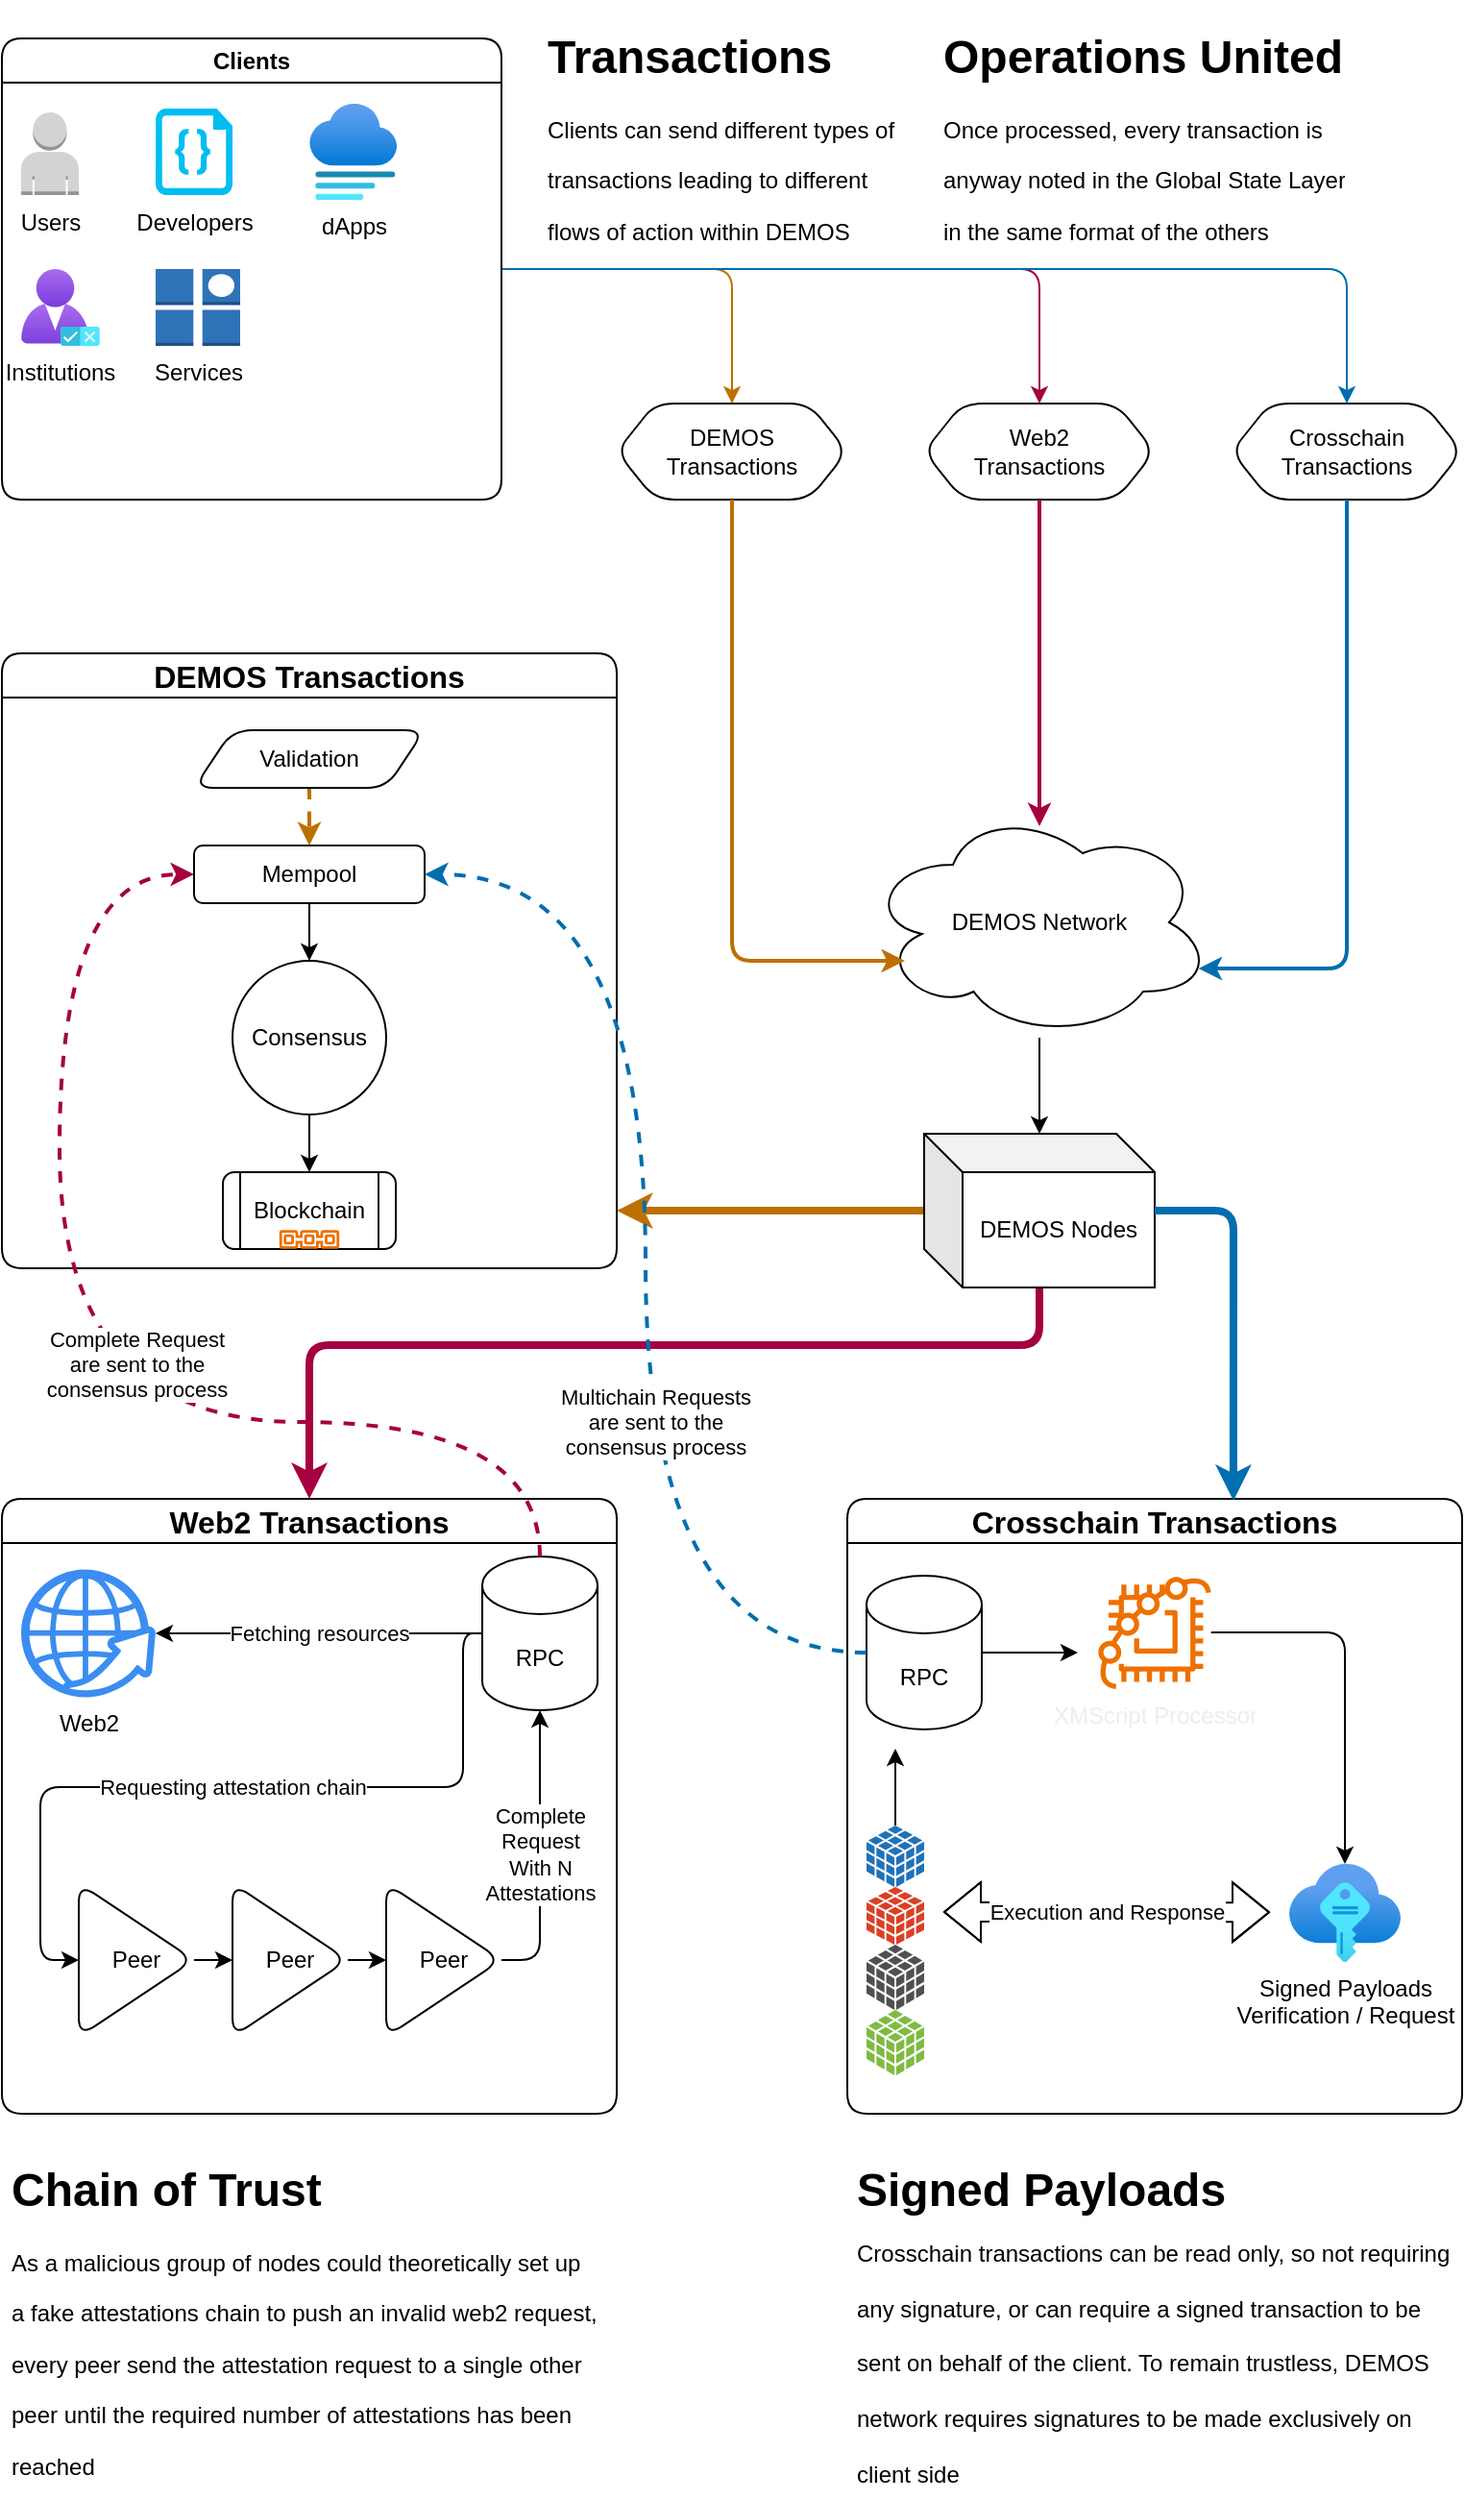
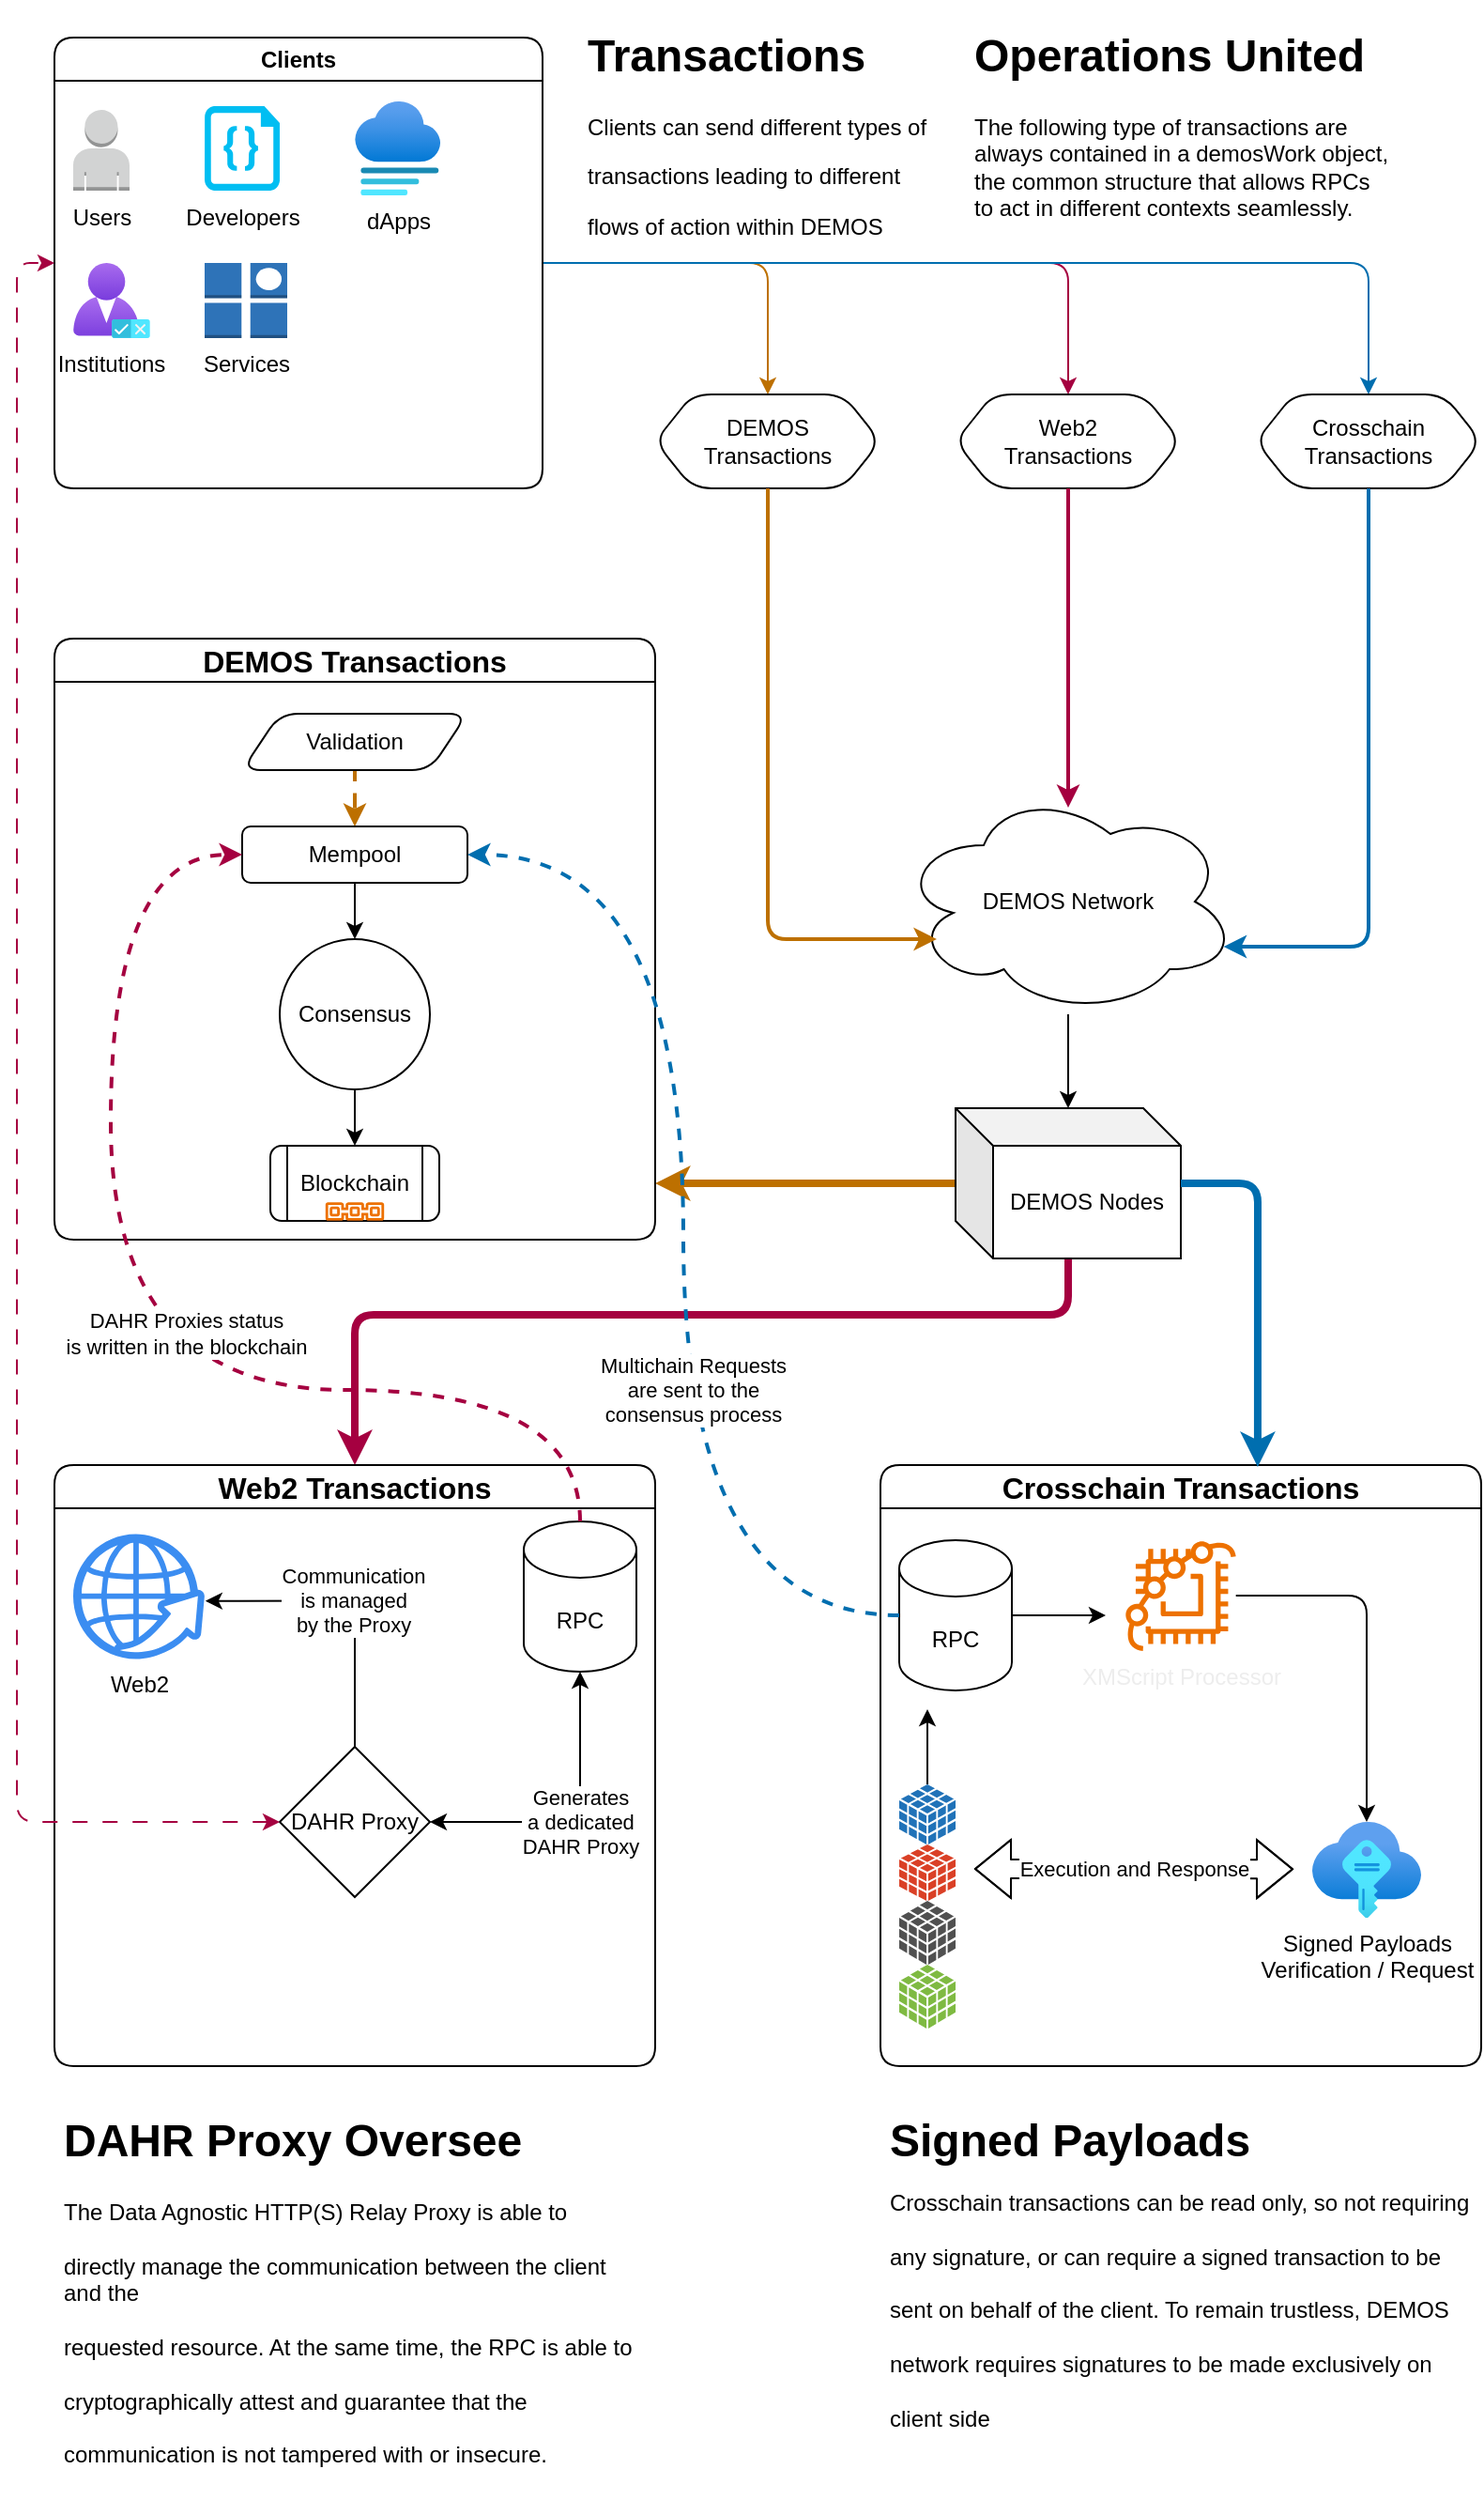
- <mxfile host="Electron" modified="2023-10-12T12:58:09.850Z" agent="Mozilla/5.0 (Macintosh; Intel Mac OS X 10_15_7) AppleWebKit/537.36 (KHTML, like Gecko) draw.io/22.0.2 Chrome/114.0.5735.289 Electron/25.8.4 Safari/537.36" etag="VbEBXgxZOS8SeplnN46x" version="22.0.2" type="device">
+ <mxfile host="Electron" modified="2024-08-07T13:23:06.195Z" agent="Mozilla/5.0 (X11; Linux x86_64) AppleWebKit/537.36 (KHTML, like Gecko) draw.io/24.6.4 Chrome/124.0.6367.207 Electron/30.0.6 Safari/537.36" etag="lSUCWoq0C24QfS2OM2na" version="24.6.4" type="device">
  <diagram name="Pagina-1" id="YPCZZJie2zq10TtlItkV">
-     <mxGraphModel dx="1024" dy="821" grid="1" gridSize="10" guides="1" tooltips="1" connect="1" arrows="1" fold="1" page="1" pageScale="1" pageWidth="827" pageHeight="1169" math="0" shadow="0">
+     <mxGraphModel dx="1115" dy="673" grid="1" gridSize="10" guides="1" tooltips="1" connect="1" arrows="1" fold="1" page="1" pageScale="1" pageWidth="827" pageHeight="1169" math="0" shadow="0">
      <root>
        <mxCell id="0" />
        <mxCell id="1" parent="0" />
        <mxCell id="rFKnUhQcz_V2Pc9SrVM1-3" style="edgeStyle=orthogonalEdgeStyle;rounded=1;orthogonalLoop=1;jettySize=auto;html=1;" parent="1" source="rFKnUhQcz_V2Pc9SrVM1-1" target="rFKnUhQcz_V2Pc9SrVM1-2" edge="1">
          <mxGeometry relative="1" as="geometry" />
        </mxCell>
        <mxCell id="rFKnUhQcz_V2Pc9SrVM1-1" value="DEMOS Network" style="ellipse;shape=cloud;whiteSpace=wrap;html=1;rounded=1;" parent="1" vertex="1">
          <mxGeometry x="490" y="440" width="180" height="120" as="geometry" />
        </mxCell>
        <mxCell id="rFKnUhQcz_V2Pc9SrVM1-28" style="edgeStyle=orthogonalEdgeStyle;rounded=1;orthogonalLoop=1;jettySize=auto;html=1;fillColor=#f0a30a;strokeColor=#BD7000;jumpStyle=none;strokeWidth=4;" parent="1" source="rFKnUhQcz_V2Pc9SrVM1-2" edge="1">
          <mxGeometry relative="1" as="geometry">
            <mxPoint x="360" y="650" as="targetPoint" />
          </mxGeometry>
        </mxCell>
        <mxCell id="rFKnUhQcz_V2Pc9SrVM1-29" style="edgeStyle=orthogonalEdgeStyle;rounded=1;orthogonalLoop=1;jettySize=auto;html=1;entryX=0.5;entryY=0;entryDx=0;entryDy=0;fillColor=#d80073;strokeColor=#A50040;strokeWidth=4;" parent="1" source="rFKnUhQcz_V2Pc9SrVM1-2" target="rFKnUhQcz_V2Pc9SrVM1-26" edge="1">
          <mxGeometry relative="1" as="geometry">
            <Array as="points">
              <mxPoint x="580" y="720" />
              <mxPoint x="200" y="720" />
            </Array>
          </mxGeometry>
        </mxCell>
        <mxCell id="rFKnUhQcz_V2Pc9SrVM1-2" value="DEMOS Nodes" style="shape=cube;whiteSpace=wrap;html=1;boundedLbl=1;backgroundOutline=1;darkOpacity=0.05;darkOpacity2=0.1;rounded=1;" parent="1" vertex="1">
          <mxGeometry x="520" y="610" width="120" height="80" as="geometry" />
        </mxCell>
        <mxCell id="rFKnUhQcz_V2Pc9SrVM1-18" style="edgeStyle=orthogonalEdgeStyle;rounded=1;orthogonalLoop=1;jettySize=auto;html=1;entryX=0.5;entryY=0;entryDx=0;entryDy=0;fillColor=#f0a30a;strokeColor=#BD7000;" parent="1" source="rFKnUhQcz_V2Pc9SrVM1-4" target="rFKnUhQcz_V2Pc9SrVM1-14" edge="1">
          <mxGeometry relative="1" as="geometry" />
        </mxCell>
        <mxCell id="rFKnUhQcz_V2Pc9SrVM1-19" style="edgeStyle=orthogonalEdgeStyle;rounded=1;orthogonalLoop=1;jettySize=auto;html=1;entryX=0.5;entryY=0;entryDx=0;entryDy=0;fillColor=#d80073;strokeColor=#A50040;" parent="1" source="rFKnUhQcz_V2Pc9SrVM1-4" target="rFKnUhQcz_V2Pc9SrVM1-15" edge="1">
          <mxGeometry relative="1" as="geometry" />
        </mxCell>
        <mxCell id="rFKnUhQcz_V2Pc9SrVM1-20" style="edgeStyle=orthogonalEdgeStyle;rounded=1;orthogonalLoop=1;jettySize=auto;html=1;entryX=0.5;entryY=0;entryDx=0;entryDy=0;fillColor=#1ba1e2;strokeColor=#006EAF;" parent="1" source="rFKnUhQcz_V2Pc9SrVM1-4" target="rFKnUhQcz_V2Pc9SrVM1-16" edge="1">
          <mxGeometry relative="1" as="geometry" />
        </mxCell>
        <mxCell id="rFKnUhQcz_V2Pc9SrVM1-4" value="Clients" style="swimlane;whiteSpace=wrap;html=1;rounded=1;" parent="1" vertex="1">
          <mxGeometry x="40" y="40" width="260" height="240" as="geometry" />
        </mxCell>
        <mxCell id="rFKnUhQcz_V2Pc9SrVM1-78" value="Developers" style="verticalLabelPosition=bottom;html=1;verticalAlign=top;align=center;strokeColor=none;fillColor=#00BEF2;shape=mxgraph.azure.code_file;pointerEvents=1;rounded=1;" parent="rFKnUhQcz_V2Pc9SrVM1-4" vertex="1">
          <mxGeometry x="80" y="36.5" width="40" height="45" as="geometry" />
        </mxCell>
        <mxCell id="rFKnUhQcz_V2Pc9SrVM1-80" value="Institutions" style="image;aspect=fixed;html=1;points=[];align=center;fontSize=12;image=img/lib/azure2/management_governance/Customer_Lockbox_for_MS_Azure.svg;rounded=1;" parent="rFKnUhQcz_V2Pc9SrVM1-4" vertex="1">
          <mxGeometry x="10" y="120" width="40.96" height="40" as="geometry" />
        </mxCell>
        <mxCell id="rFKnUhQcz_V2Pc9SrVM1-84" value="Users" style="outlineConnect=0;dashed=0;verticalLabelPosition=bottom;verticalAlign=top;align=center;html=1;shape=mxgraph.aws3.user;fillColor=#D2D3D3;gradientColor=none;rounded=1;" parent="rFKnUhQcz_V2Pc9SrVM1-4" vertex="1">
          <mxGeometry x="10" y="38.5" width="30" height="43" as="geometry" />
        </mxCell>
        <mxCell id="rFKnUhQcz_V2Pc9SrVM1-85" value="dApps" style="image;aspect=fixed;html=1;points=[];align=center;fontSize=12;image=img/lib/azure2/general/Website_Staging.svg;rounded=1;" parent="rFKnUhQcz_V2Pc9SrVM1-4" vertex="1">
          <mxGeometry x="160" y="34" width="45.71" height="50" as="geometry" />
        </mxCell>
        <mxCell id="rFKnUhQcz_V2Pc9SrVM1-87" value="Services" style="outlineConnect=0;dashed=0;verticalLabelPosition=bottom;verticalAlign=top;align=center;html=1;shape=mxgraph.aws3.item;fillColor=#2E73B8;gradientColor=none;rounded=1;" parent="rFKnUhQcz_V2Pc9SrVM1-4" vertex="1">
          <mxGeometry x="80" y="120" width="44" height="40" as="geometry" />
        </mxCell>
        <mxCell id="rFKnUhQcz_V2Pc9SrVM1-14" value="DEMOS&lt;br&gt;Transactions" style="shape=hexagon;perimeter=hexagonPerimeter2;whiteSpace=wrap;html=1;fixedSize=1;rounded=1;" parent="1" vertex="1">
          <mxGeometry x="360" y="230" width="120" height="50" as="geometry" />
        </mxCell>
        <mxCell id="rFKnUhQcz_V2Pc9SrVM1-15" value="Web2&lt;br&gt;Transactions" style="shape=hexagon;perimeter=hexagonPerimeter2;whiteSpace=wrap;html=1;fixedSize=1;rounded=1;" parent="1" vertex="1">
          <mxGeometry x="520" y="230" width="120" height="50" as="geometry" />
        </mxCell>
        <mxCell id="rFKnUhQcz_V2Pc9SrVM1-16" value="Crosschain&lt;br&gt;Transactions" style="shape=hexagon;perimeter=hexagonPerimeter2;whiteSpace=wrap;html=1;fixedSize=1;rounded=1;" parent="1" vertex="1">
          <mxGeometry x="680" y="230" width="120" height="50" as="geometry" />
        </mxCell>
        <mxCell id="rFKnUhQcz_V2Pc9SrVM1-21" value="&lt;h1&gt;Transactions&lt;/h1&gt;&lt;p&gt;Clients can send different types of&lt;/p&gt;&lt;p&gt;transactions leading to different&lt;/p&gt;&lt;p&gt;flows of action within DEMOS&lt;/p&gt;" style="text;html=1;strokeColor=none;fillColor=none;spacing=5;spacingTop=-20;whiteSpace=wrap;overflow=hidden;rounded=1;" parent="1" vertex="1">
          <mxGeometry x="319" y="30" width="190" height="120" as="geometry" />
        </mxCell>
        <mxCell id="rFKnUhQcz_V2Pc9SrVM1-22" style="edgeStyle=elbowEdgeStyle;rounded=1;orthogonalLoop=1;jettySize=auto;html=1;entryX=0.111;entryY=0.667;entryDx=0;entryDy=0;entryPerimeter=0;exitX=0.5;exitY=1;exitDx=0;exitDy=0;fillColor=#f0a30a;strokeColor=#BD7000;strokeWidth=2;" parent="1" source="rFKnUhQcz_V2Pc9SrVM1-14" target="rFKnUhQcz_V2Pc9SrVM1-1" edge="1">
          <mxGeometry relative="1" as="geometry">
            <Array as="points">
              <mxPoint x="420" y="380" />
            </Array>
          </mxGeometry>
        </mxCell>
        <mxCell id="rFKnUhQcz_V2Pc9SrVM1-23" style="edgeStyle=orthogonalEdgeStyle;rounded=1;orthogonalLoop=1;jettySize=auto;html=1;entryX=0.5;entryY=0.083;entryDx=0;entryDy=0;entryPerimeter=0;fillColor=#d80073;strokeColor=#A50040;strokeWidth=2;" parent="1" source="rFKnUhQcz_V2Pc9SrVM1-15" target="rFKnUhQcz_V2Pc9SrVM1-1" edge="1">
          <mxGeometry relative="1" as="geometry" />
        </mxCell>
        <mxCell id="rFKnUhQcz_V2Pc9SrVM1-24" style="edgeStyle=orthogonalEdgeStyle;rounded=1;orthogonalLoop=1;jettySize=auto;html=1;entryX=0.96;entryY=0.7;entryDx=0;entryDy=0;entryPerimeter=0;exitX=0.5;exitY=1;exitDx=0;exitDy=0;fillColor=#1ba1e2;strokeColor=#006EAF;strokeWidth=2;" parent="1" source="rFKnUhQcz_V2Pc9SrVM1-16" target="rFKnUhQcz_V2Pc9SrVM1-1" edge="1">
          <mxGeometry relative="1" as="geometry">
            <Array as="points">
              <mxPoint x="740" y="524" />
            </Array>
          </mxGeometry>
        </mxCell>
        <mxCell id="rFKnUhQcz_V2Pc9SrVM1-25" value="&lt;font style=&quot;font-size: 16px;&quot;&gt;DEMOS Transactions&lt;/font&gt;" style="swimlane;whiteSpace=wrap;html=1;rounded=1;" parent="1" vertex="1">
          <mxGeometry x="40" y="360" width="320" height="320" as="geometry" />
        </mxCell>
        <mxCell id="rFKnUhQcz_V2Pc9SrVM1-34" style="edgeStyle=orthogonalEdgeStyle;rounded=1;orthogonalLoop=1;jettySize=auto;html=1;entryX=0.5;entryY=0;entryDx=0;entryDy=0;fillColor=#f0a30a;strokeColor=#BD7000;strokeWidth=2;dashed=1;" parent="rFKnUhQcz_V2Pc9SrVM1-25" source="rFKnUhQcz_V2Pc9SrVM1-31" target="rFKnUhQcz_V2Pc9SrVM1-33" edge="1">
          <mxGeometry relative="1" as="geometry" />
        </mxCell>
        <mxCell id="rFKnUhQcz_V2Pc9SrVM1-31" value="Validation" style="shape=parallelogram;perimeter=parallelogramPerimeter;whiteSpace=wrap;html=1;fixedSize=1;rounded=1;" parent="rFKnUhQcz_V2Pc9SrVM1-25" vertex="1">
          <mxGeometry x="100" y="40" width="120" height="30" as="geometry" />
        </mxCell>
        <mxCell id="rFKnUhQcz_V2Pc9SrVM1-36" style="edgeStyle=orthogonalEdgeStyle;rounded=1;orthogonalLoop=1;jettySize=auto;html=1;entryX=0.5;entryY=0;entryDx=0;entryDy=0;" parent="rFKnUhQcz_V2Pc9SrVM1-25" source="rFKnUhQcz_V2Pc9SrVM1-33" target="rFKnUhQcz_V2Pc9SrVM1-35" edge="1">
          <mxGeometry relative="1" as="geometry" />
        </mxCell>
        <mxCell id="rFKnUhQcz_V2Pc9SrVM1-33" value="Mempool" style="rounded=1;whiteSpace=wrap;html=1;" parent="rFKnUhQcz_V2Pc9SrVM1-25" vertex="1">
          <mxGeometry x="100" y="100" width="120" height="30" as="geometry" />
        </mxCell>
        <mxCell id="rFKnUhQcz_V2Pc9SrVM1-39" style="edgeStyle=orthogonalEdgeStyle;rounded=1;orthogonalLoop=1;jettySize=auto;html=1;entryX=0.5;entryY=0;entryDx=0;entryDy=0;" parent="rFKnUhQcz_V2Pc9SrVM1-25" source="rFKnUhQcz_V2Pc9SrVM1-35" target="rFKnUhQcz_V2Pc9SrVM1-38" edge="1">
          <mxGeometry relative="1" as="geometry" />
        </mxCell>
        <mxCell id="rFKnUhQcz_V2Pc9SrVM1-35" value="Consensus" style="ellipse;whiteSpace=wrap;html=1;aspect=fixed;rounded=1;" parent="rFKnUhQcz_V2Pc9SrVM1-25" vertex="1">
          <mxGeometry x="120" y="160" width="80" height="80" as="geometry" />
        </mxCell>
        <mxCell id="rFKnUhQcz_V2Pc9SrVM1-38" value="Blockchain" style="shape=process;whiteSpace=wrap;html=1;backgroundOutline=1;rounded=1;" parent="rFKnUhQcz_V2Pc9SrVM1-25" vertex="1">
          <mxGeometry x="115" y="270" width="90" height="40" as="geometry" />
        </mxCell>
        <mxCell id="rFKnUhQcz_V2Pc9SrVM1-54" value="" style="outlineConnect=0;fontColor=#232F3E;gradientColor=none;fillColor=#ED7100;strokeColor=none;dashed=0;verticalLabelPosition=bottom;verticalAlign=top;align=center;html=1;fontSize=12;fontStyle=0;aspect=fixed;shape=mxgraph.aws4.blockchain_resource;rounded=1;" parent="rFKnUhQcz_V2Pc9SrVM1-25" vertex="1">
          <mxGeometry x="144.4" y="300" width="31.2" height="10" as="geometry" />
        </mxCell>
        <mxCell id="rFKnUhQcz_V2Pc9SrVM1-26" value="&lt;font style=&quot;font-size: 16px;&quot;&gt;Web2 Transactions&lt;/font&gt;" style="swimlane;whiteSpace=wrap;html=1;rounded=1;" parent="1" vertex="1">
          <mxGeometry x="40" y="800" width="320" height="320" as="geometry" />
        </mxCell>
+         <mxCell id="Tqh_LfMl19mYtcyC6nHl-2" value="Generates&lt;br&gt;a dedicated&lt;br&gt;DAHR Proxy" style="edgeStyle=orthogonalEdgeStyle;rounded=1;orthogonalLoop=1;jettySize=auto;html=1;entryX=1;entryY=0.5;entryDx=0;entryDy=0;curved=0;startArrow=classic;startFill=1;" edge="1" parent="rFKnUhQcz_V2Pc9SrVM1-26" source="rFKnUhQcz_V2Pc9SrVM1-40" target="Tqh_LfMl19mYtcyC6nHl-1">
+           <mxGeometry relative="1" as="geometry">
+             <Array as="points">
+               <mxPoint x="280" y="190" />
+             </Array>
+           </mxGeometry>
+         </mxCell>
        <mxCell id="rFKnUhQcz_V2Pc9SrVM1-40" value="RPC" style="shape=cylinder3;whiteSpace=wrap;html=1;boundedLbl=1;backgroundOutline=1;size=15;rounded=1;" parent="rFKnUhQcz_V2Pc9SrVM1-26" vertex="1">
          <mxGeometry x="250" y="30" width="60" height="80" as="geometry" />
        </mxCell>
        <mxCell id="rFKnUhQcz_V2Pc9SrVM1-42" value="Web2" style="html=1;aspect=fixed;strokeColor=none;shadow=0;fillColor=#3B8DF1;verticalAlign=top;labelPosition=center;verticalLabelPosition=bottom;shape=mxgraph.gcp2.globe_world;rounded=1;" parent="rFKnUhQcz_V2Pc9SrVM1-26" vertex="1">
          <mxGeometry x="10" y="36.75" width="70" height="66.5" as="geometry" />
        </mxCell>
-         <mxCell id="rFKnUhQcz_V2Pc9SrVM1-43" value="Fetching resources" style="edgeStyle=orthogonalEdgeStyle;rounded=1;orthogonalLoop=1;jettySize=auto;html=1;entryX=1;entryY=0.5;entryDx=0;entryDy=0;entryPerimeter=0;" parent="rFKnUhQcz_V2Pc9SrVM1-26" source="rFKnUhQcz_V2Pc9SrVM1-40" target="rFKnUhQcz_V2Pc9SrVM1-42" edge="1">
-           <mxGeometry relative="1" as="geometry" />
-         </mxCell>
-         <mxCell id="rFKnUhQcz_V2Pc9SrVM1-49" style="edgeStyle=orthogonalEdgeStyle;rounded=1;orthogonalLoop=1;jettySize=auto;html=1;entryX=0;entryY=0.5;entryDx=0;entryDy=0;" parent="rFKnUhQcz_V2Pc9SrVM1-26" source="rFKnUhQcz_V2Pc9SrVM1-44" target="rFKnUhQcz_V2Pc9SrVM1-45" edge="1">
-           <mxGeometry relative="1" as="geometry" />
-         </mxCell>
-         <mxCell id="rFKnUhQcz_V2Pc9SrVM1-44" value="Peer" style="triangle;whiteSpace=wrap;html=1;rounded=1;" parent="rFKnUhQcz_V2Pc9SrVM1-26" vertex="1">
-           <mxGeometry x="40" y="200" width="60" height="80" as="geometry" />
-         </mxCell>
-         <mxCell id="rFKnUhQcz_V2Pc9SrVM1-48" style="edgeStyle=orthogonalEdgeStyle;rounded=1;orthogonalLoop=1;jettySize=auto;html=1;entryX=0;entryY=0.5;entryDx=0;entryDy=0;" parent="rFKnUhQcz_V2Pc9SrVM1-26" source="rFKnUhQcz_V2Pc9SrVM1-45" target="rFKnUhQcz_V2Pc9SrVM1-46" edge="1">
-           <mxGeometry relative="1" as="geometry" />
-         </mxCell>
-         <mxCell id="rFKnUhQcz_V2Pc9SrVM1-45" value="Peer" style="triangle;whiteSpace=wrap;html=1;rounded=1;" parent="rFKnUhQcz_V2Pc9SrVM1-26" vertex="1">
-           <mxGeometry x="120" y="200" width="60" height="80" as="geometry" />
-         </mxCell>
-         <mxCell id="rFKnUhQcz_V2Pc9SrVM1-46" value="Peer" style="triangle;whiteSpace=wrap;html=1;rounded=1;" parent="rFKnUhQcz_V2Pc9SrVM1-26" vertex="1">
-           <mxGeometry x="200" y="200" width="60" height="80" as="geometry" />
-         </mxCell>
-         <mxCell id="rFKnUhQcz_V2Pc9SrVM1-47" value="Complete&lt;br&gt;Request&lt;br&gt;With N&lt;br&gt;Attestations" style="edgeStyle=orthogonalEdgeStyle;rounded=1;orthogonalLoop=1;jettySize=auto;html=1;entryX=0.5;entryY=1;entryDx=0;entryDy=0;entryPerimeter=0;" parent="rFKnUhQcz_V2Pc9SrVM1-26" source="rFKnUhQcz_V2Pc9SrVM1-46" target="rFKnUhQcz_V2Pc9SrVM1-40" edge="1">
-           <mxGeometry relative="1" as="geometry">
-             <Array as="points">
-               <mxPoint x="280" y="240" />
-             </Array>
-           </mxGeometry>
-         </mxCell>
-         <mxCell id="rFKnUhQcz_V2Pc9SrVM1-50" value="Requesting attestation chain" style="edgeStyle=orthogonalEdgeStyle;rounded=1;orthogonalLoop=1;jettySize=auto;html=1;entryX=0;entryY=0.5;entryDx=0;entryDy=0;" parent="rFKnUhQcz_V2Pc9SrVM1-26" source="rFKnUhQcz_V2Pc9SrVM1-40" target="rFKnUhQcz_V2Pc9SrVM1-44" edge="1">
-           <mxGeometry relative="1" as="geometry">
-             <Array as="points">
-               <mxPoint x="240" y="70" />
-               <mxPoint x="240" y="150" />
-               <mxPoint x="20" y="150" />
-               <mxPoint x="20" y="240" />
+         <mxCell id="Tqh_LfMl19mYtcyC6nHl-1" value="DAHR Proxy" style="rhombus;whiteSpace=wrap;html=1;" vertex="1" parent="rFKnUhQcz_V2Pc9SrVM1-26">
+           <mxGeometry x="120" y="150" width="80" height="80" as="geometry" />
+         </mxCell>
+         <mxCell id="Tqh_LfMl19mYtcyC6nHl-3" value="Communication&lt;br&gt;is managed&lt;br&gt;by the Proxy" style="edgeStyle=orthogonalEdgeStyle;rounded=1;orthogonalLoop=1;jettySize=auto;html=1;entryX=1.006;entryY=0.535;entryDx=0;entryDy=0;entryPerimeter=0;curved=0;" edge="1" parent="rFKnUhQcz_V2Pc9SrVM1-26" source="Tqh_LfMl19mYtcyC6nHl-1" target="rFKnUhQcz_V2Pc9SrVM1-42">
+           <mxGeometry relative="1" as="geometry">
+             <Array as="points">
+               <mxPoint x="160" y="72" />
            </Array>
          </mxGeometry>
        </mxCell>
        <mxCell id="rFKnUhQcz_V2Pc9SrVM1-27" value="&lt;font style=&quot;font-size: 16px;&quot;&gt;Crosschain Transactions&lt;/font&gt;" style="swimlane;whiteSpace=wrap;html=1;rounded=1;" parent="1" vertex="1">
          <mxGeometry x="480" y="800" width="320" height="320" as="geometry">
            <mxRectangle x="480" y="800" width="180" height="30" as="alternateBounds" />
          </mxGeometry>
        </mxCell>
        <mxCell id="rFKnUhQcz_V2Pc9SrVM1-63" style="edgeStyle=orthogonalEdgeStyle;rounded=1;orthogonalLoop=1;jettySize=auto;html=1;" parent="rFKnUhQcz_V2Pc9SrVM1-27" source="rFKnUhQcz_V2Pc9SrVM1-52" edge="1">
          <mxGeometry relative="1" as="geometry">
            <mxPoint x="120" y="80" as="targetPoint" />
          </mxGeometry>
        </mxCell>
        <mxCell id="rFKnUhQcz_V2Pc9SrVM1-52" value="RPC" style="shape=cylinder3;whiteSpace=wrap;html=1;boundedLbl=1;backgroundOutline=1;size=15;rounded=1;" parent="rFKnUhQcz_V2Pc9SrVM1-27" vertex="1">
          <mxGeometry x="10" y="40" width="60" height="80" as="geometry" />
        </mxCell>
        <mxCell id="rFKnUhQcz_V2Pc9SrVM1-71" style="edgeStyle=orthogonalEdgeStyle;rounded=1;orthogonalLoop=1;jettySize=auto;html=1;" parent="rFKnUhQcz_V2Pc9SrVM1-27" source="rFKnUhQcz_V2Pc9SrVM1-56" target="rFKnUhQcz_V2Pc9SrVM1-70" edge="1">
          <mxGeometry relative="1" as="geometry" />
        </mxCell>
        <mxCell id="rFKnUhQcz_V2Pc9SrVM1-56" value="&lt;font color=&quot;#ededed&quot;&gt;XMScript Processor&lt;/font&gt;" style="outlineConnect=0;fontColor=#232F3E;gradientColor=none;fillColor=#ED7100;strokeColor=none;dashed=0;verticalLabelPosition=bottom;verticalAlign=top;align=center;html=1;fontSize=12;fontStyle=0;aspect=fixed;pointerEvents=1;shape=mxgraph.aws4.braket_chip;rounded=1;" parent="rFKnUhQcz_V2Pc9SrVM1-27" vertex="1">
          <mxGeometry x="130.5" y="40" width="59" height="59" as="geometry" />
        </mxCell>
        <mxCell id="rFKnUhQcz_V2Pc9SrVM1-70" value="Signed Payloads &lt;br&gt;Verification / Request" style="image;aspect=fixed;html=1;points=[];align=center;fontSize=12;image=img/lib/azure2/other/SSH_Keys.svg;rounded=1;" parent="rFKnUhQcz_V2Pc9SrVM1-27" vertex="1">
          <mxGeometry x="230" y="190" width="58" height="51.18" as="geometry" />
        </mxCell>
        <mxCell id="rFKnUhQcz_V2Pc9SrVM1-74" style="edgeStyle=orthogonalEdgeStyle;rounded=1;orthogonalLoop=1;jettySize=auto;html=1;" parent="rFKnUhQcz_V2Pc9SrVM1-27" source="rFKnUhQcz_V2Pc9SrVM1-64" edge="1">
          <mxGeometry relative="1" as="geometry">
            <mxPoint x="25" y="130" as="targetPoint" />
          </mxGeometry>
        </mxCell>
        <mxCell id="rFKnUhQcz_V2Pc9SrVM1-64" value="" style="shadow=0;dashed=0;html=1;strokeColor=none;labelPosition=center;verticalLabelPosition=bottom;verticalAlign=top;outlineConnect=0;align=center;shape=mxgraph.office.databases.database_cube;fillColor=#2072B8;rounded=1;" parent="rFKnUhQcz_V2Pc9SrVM1-27" vertex="1">
          <mxGeometry x="10" y="170" width="30" height="32" as="geometry" />
        </mxCell>
        <mxCell id="rFKnUhQcz_V2Pc9SrVM1-65" value="" style="shadow=0;dashed=0;html=1;strokeColor=none;labelPosition=center;verticalLabelPosition=bottom;verticalAlign=top;outlineConnect=0;align=center;shape=mxgraph.office.databases.database_cube;fillColor=#DA4026;rounded=1;" parent="rFKnUhQcz_V2Pc9SrVM1-27" vertex="1">
          <mxGeometry x="10" y="202" width="30" height="30" as="geometry" />
        </mxCell>
        <mxCell id="rFKnUhQcz_V2Pc9SrVM1-68" value="" style="shadow=0;dashed=0;html=1;strokeColor=none;fillColor=#505050;labelPosition=center;verticalLabelPosition=bottom;verticalAlign=top;outlineConnect=0;align=center;shape=mxgraph.office.databases.database_cube;rounded=1;" parent="rFKnUhQcz_V2Pc9SrVM1-27" vertex="1">
          <mxGeometry x="10" y="232" width="30" height="34" as="geometry" />
        </mxCell>
        <mxCell id="rFKnUhQcz_V2Pc9SrVM1-67" value="" style="shadow=0;dashed=0;html=1;strokeColor=none;labelPosition=center;verticalLabelPosition=bottom;verticalAlign=top;outlineConnect=0;align=center;shape=mxgraph.office.databases.database_cube;fillColor=#7FBA42;rounded=1;" parent="rFKnUhQcz_V2Pc9SrVM1-27" vertex="1">
          <mxGeometry x="10" y="266" width="30" height="34" as="geometry" />
        </mxCell>
        <mxCell id="rFKnUhQcz_V2Pc9SrVM1-72" value="Execution and Response" style="shape=flexArrow;endArrow=classic;startArrow=classic;html=1;rounded=1;" parent="rFKnUhQcz_V2Pc9SrVM1-27" edge="1">
          <mxGeometry width="100" height="100" relative="1" as="geometry">
            <mxPoint x="50" y="215" as="sourcePoint" />
            <mxPoint x="220" y="215.09" as="targetPoint" />
            <Array as="points">
              <mxPoint x="100" y="215" />
            </Array>
          </mxGeometry>
        </mxCell>
        <mxCell id="rFKnUhQcz_V2Pc9SrVM1-30" style="edgeStyle=orthogonalEdgeStyle;rounded=1;orthogonalLoop=1;jettySize=auto;html=1;entryX=0.628;entryY=0.003;entryDx=0;entryDy=0;entryPerimeter=0;fillColor=#1ba1e2;strokeColor=#006EAF;strokeWidth=4;" parent="1" source="rFKnUhQcz_V2Pc9SrVM1-2" target="rFKnUhQcz_V2Pc9SrVM1-27" edge="1">
          <mxGeometry relative="1" as="geometry">
            <Array as="points">
              <mxPoint x="681" y="650" />
            </Array>
          </mxGeometry>
        </mxCell>
-         <mxCell id="rFKnUhQcz_V2Pc9SrVM1-51" value="Complete Request&lt;br&gt;are sent to the &lt;br&gt;consensus process" style="edgeStyle=orthogonalEdgeStyle;rounded=1;orthogonalLoop=1;jettySize=auto;html=1;entryX=0;entryY=0.5;entryDx=0;entryDy=0;fillColor=#d80073;strokeColor=#A50040;curved=1;dashed=1;strokeWidth=2;" parent="1" source="rFKnUhQcz_V2Pc9SrVM1-40" target="rFKnUhQcz_V2Pc9SrVM1-33" edge="1">
+         <mxCell id="rFKnUhQcz_V2Pc9SrVM1-51" value="DAHR Proxies status&lt;br&gt;is written in the blockchain" style="edgeStyle=orthogonalEdgeStyle;rounded=1;orthogonalLoop=1;jettySize=auto;html=1;entryX=0;entryY=0.5;entryDx=0;entryDy=0;fillColor=#d80073;strokeColor=#A50040;curved=1;dashed=1;strokeWidth=2;" parent="1" source="rFKnUhQcz_V2Pc9SrVM1-40" target="rFKnUhQcz_V2Pc9SrVM1-33" edge="1">
          <mxGeometry x="-0.1704" y="-30" relative="1" as="geometry">
            <Array as="points">
              <mxPoint x="320" y="760" />
              <mxPoint x="70" y="760" />
              <mxPoint x="70" y="475" />
            </Array>
            <mxPoint as="offset" />
          </mxGeometry>
        </mxCell>
        <mxCell id="rFKnUhQcz_V2Pc9SrVM1-75" value="Multichain Requests&lt;br&gt;are sent to the&lt;br&gt;consensus process" style="edgeStyle=orthogonalEdgeStyle;rounded=1;orthogonalLoop=1;jettySize=auto;html=1;entryX=1;entryY=0.5;entryDx=0;entryDy=0;fillColor=#1ba1e2;strokeColor=#006EAF;dashed=1;curved=1;strokeWidth=2;" parent="1" source="rFKnUhQcz_V2Pc9SrVM1-52" target="rFKnUhQcz_V2Pc9SrVM1-33" edge="1">
          <mxGeometry x="-0.2598" y="-5" relative="1" as="geometry">
            <mxPoint as="offset" />
          </mxGeometry>
        </mxCell>
-         <mxCell id="rFKnUhQcz_V2Pc9SrVM1-76" value="&lt;h1&gt;Chain of Trust&lt;/h1&gt;&lt;p&gt;As a malicious group of nodes could theoretically set up&amp;nbsp;&lt;/p&gt;&lt;p&gt;a&lt;span style=&quot;background-color: initial;&quot;&gt;&amp;nbsp;fake attestations chain to push an invalid web2 request,&amp;nbsp;&lt;/span&gt;&lt;/p&gt;&lt;p&gt;&lt;span style=&quot;background-color: initial;&quot;&gt;every peer send the attestation request to a single other&amp;nbsp;&lt;/span&gt;&lt;/p&gt;&lt;p&gt;&lt;span style=&quot;background-color: initial;&quot;&gt;peer until the required number of attestations has been&amp;nbsp;&lt;/span&gt;&lt;/p&gt;&lt;p&gt;&lt;span style=&quot;background-color: initial;&quot;&gt;reached&lt;/span&gt;&lt;/p&gt;" style="text;html=1;strokeColor=none;fillColor=none;spacing=5;spacingTop=-20;whiteSpace=wrap;overflow=hidden;rounded=1;" parent="1" vertex="1">
-           <mxGeometry x="40" y="1140" width="320" height="170" as="geometry" />
+         <mxCell id="rFKnUhQcz_V2Pc9SrVM1-76" value="&lt;h1&gt;&lt;span style=&quot;background-color: initial;&quot;&gt;DAHR Proxy Oversee&lt;br&gt;&lt;/span&gt;&lt;/h1&gt;&lt;div&gt;The Data Agnostic HTTP(S) Relay Proxy is able to&amp;nbsp;&lt;/div&gt;&lt;div&gt;&lt;br&gt;&lt;/div&gt;&lt;div&gt;directly&amp;nbsp;&lt;span style=&quot;background-color: initial;&quot;&gt;manage the communication between the client and the&amp;nbsp;&lt;/span&gt;&lt;/div&gt;&lt;div&gt;&lt;br&gt;&lt;/div&gt;&lt;div&gt;requested resource. At the same time, the RPC is able to&amp;nbsp;&lt;/div&gt;&lt;div&gt;&lt;br&gt;&lt;/div&gt;&lt;div&gt;cryptographically attest and guarantee that the&lt;/div&gt;&lt;div&gt;&lt;span style=&quot;background-color: initial;&quot;&gt;&lt;br&gt;&lt;/span&gt;&lt;/div&gt;&lt;div&gt;&lt;span style=&quot;background-color: initial;&quot;&gt;communication is not tampered with or insecure.&lt;/span&gt;&lt;/div&gt;" style="text;html=1;strokeColor=none;fillColor=none;spacing=5;spacingTop=-20;whiteSpace=wrap;overflow=hidden;rounded=1;" parent="1" vertex="1">
+           <mxGeometry x="40" y="1140" width="320" height="210" as="geometry" />
        </mxCell>
        <mxCell id="rFKnUhQcz_V2Pc9SrVM1-77" value="&lt;h1&gt;&lt;span style=&quot;background-color: initial;&quot;&gt;Signed Payloads&lt;span style=&quot;font-size: 12px; font-weight: 400;&quot;&gt;&lt;br&gt;&lt;/span&gt;&lt;/span&gt;&lt;span style=&quot;font-size: 12px; font-weight: 400;&quot;&gt;Crosschain transactions can be read only, so not requiring any signature, or can require a signed transaction to be sent on behalf of the client. To remain trustless, DEMOS network requires signatures to be made exclusively on client side&lt;/span&gt;&lt;/h1&gt;" style="text;html=1;strokeColor=none;fillColor=none;spacing=5;spacingTop=-20;whiteSpace=wrap;overflow=hidden;rounded=1;" parent="1" vertex="1">
          <mxGeometry x="480" y="1140" width="320" height="180" as="geometry" />
        </mxCell>
-         <mxCell id="rFKnUhQcz_V2Pc9SrVM1-88" value="&lt;h1&gt;Operations United&lt;/h1&gt;&lt;p&gt;Once processed, every transaction is&lt;br&gt;&lt;/p&gt;&lt;p&gt;anyway noted in the Global State Layer&lt;/p&gt;&lt;p&gt;in the same format of the others&lt;/p&gt;" style="text;html=1;strokeColor=none;fillColor=none;spacing=5;spacingTop=-20;whiteSpace=wrap;overflow=hidden;rounded=1;" parent="1" vertex="1">
+         <mxCell id="rFKnUhQcz_V2Pc9SrVM1-88" value="&lt;h1&gt;Operations United&lt;/h1&gt;&lt;p&gt;The following type of transactions are always contained in a demosWork object, the common structure that allows RPCs to act in different contexts seamlessly.&lt;/p&gt;" style="text;html=1;strokeColor=none;fillColor=none;spacing=5;spacingTop=-20;whiteSpace=wrap;overflow=hidden;rounded=1;" parent="1" vertex="1">
          <mxGeometry x="525" y="30" width="230" height="120" as="geometry" />
+         </mxCell>
+         <mxCell id="Tqh_LfMl19mYtcyC6nHl-4" style="edgeStyle=orthogonalEdgeStyle;rounded=1;orthogonalLoop=1;jettySize=auto;html=1;entryX=0;entryY=0.5;entryDx=0;entryDy=0;curved=0;startArrow=classic;startFill=1;dashed=1;dashPattern=8 8;fillColor=#d80073;strokeColor=#A50040;" edge="1" parent="1" source="Tqh_LfMl19mYtcyC6nHl-1" target="rFKnUhQcz_V2Pc9SrVM1-4">
+           <mxGeometry relative="1" as="geometry">
+             <mxPoint x="20" y="160" as="targetPoint" />
+             <Array as="points">
+               <mxPoint x="20" y="990" />
+               <mxPoint x="20" y="160" />
+             </Array>
+           </mxGeometry>
        </mxCell>
      </root>
    </mxGraphModel>
  </diagram>
</mxfile>
